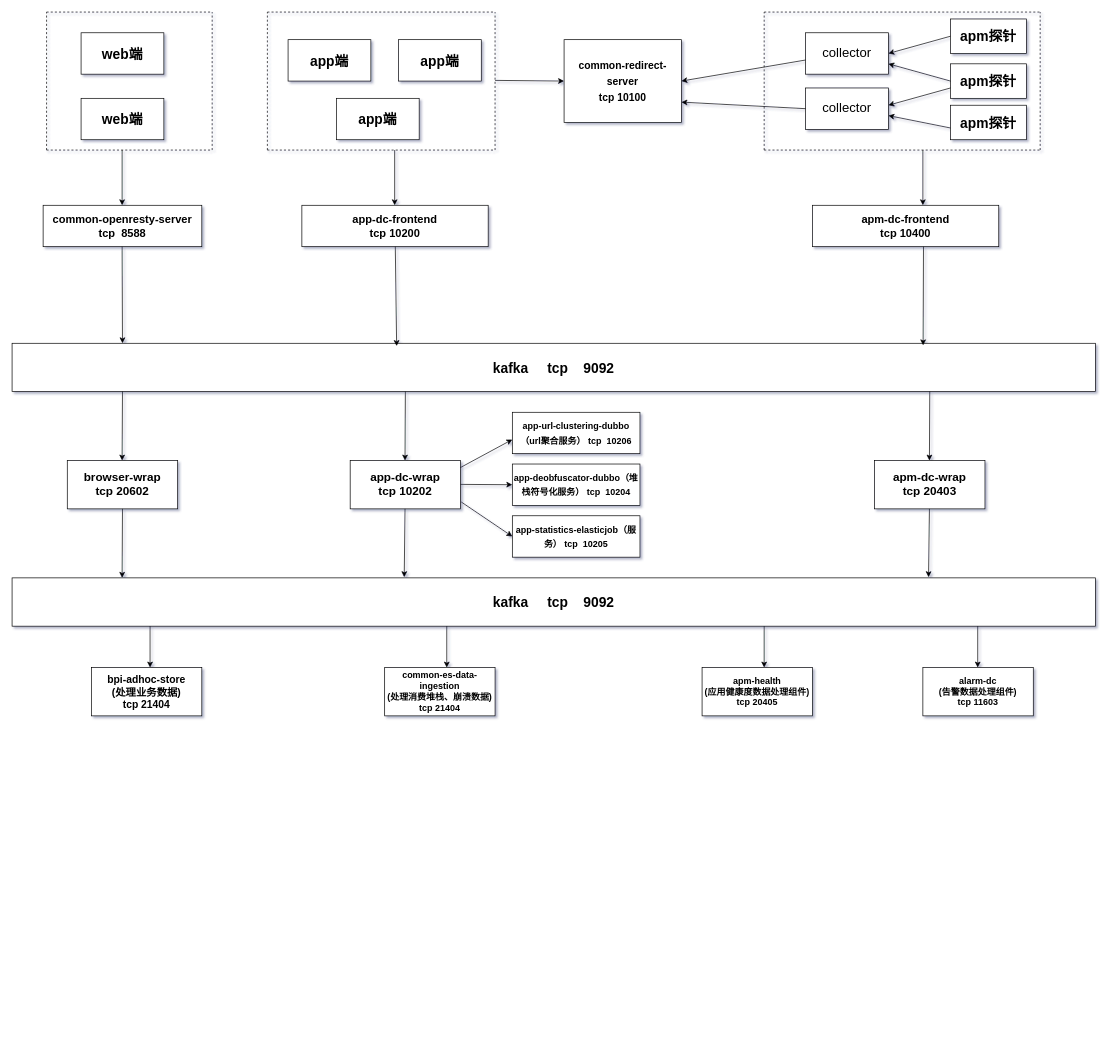
This is 未命名绘图.drawio from zeng0550/free-programming-books, a draw.io file, before an edit. Source tidied: cells renumbered, new cells numbered last; positions are measured from the earlier drawing's top-left corner, leaving out a move shared by most shapes. Both pictures are drawn from the tidied source at 69%, with x=0, y=0 at pixel (12, 12).
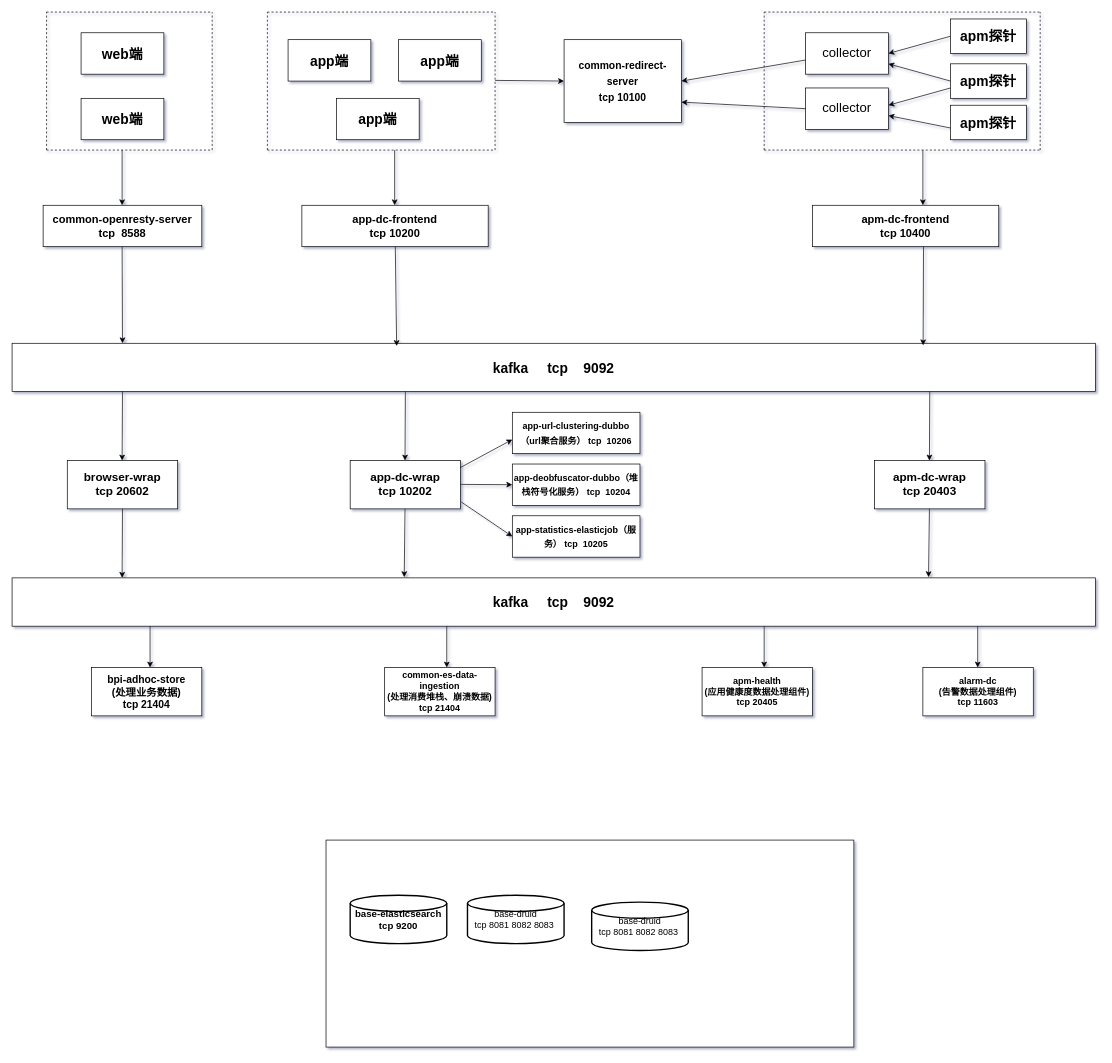
The same diagram, later.

Commit message:
更新未命名绘图.drawio

What changed in the source:
```diff
@@
+    <mxCell id="66" style="rounded=0;whiteSpace=wrap;html=1;fontSize=13;" parent="1" vertex="1">
+      <mxGeometry x="455" y="1200" width="765" height="300" as="geometry" />
+    </mxCell>
+    <mxCell id="67" value="&lt;font style=&quot;font-size: 14px&quot;&gt;&lt;b&gt;base-elasticsearch&lt;br&gt;tcp 9200&lt;/b&gt;&lt;/font&gt;" style="strokeWidth=2;html=1;shape=mxgraph.flowchart.database;whiteSpace=wrap;fontSize=13;" parent="1" vertex="1">
+      <mxGeometry x="490" y="1280" width="140" height="70" as="geometry" />
+    </mxCell>
+    <mxCell id="68" value="base-druid&lt;br&gt;tcp 8081 8082 8083&amp;nbsp;" style="strokeWidth=2;html=1;shape=mxgraph.flowchart.database;whiteSpace=wrap;fontSize=13;" parent="1" vertex="1">
+      <mxGeometry x="660" y="1280" width="140" height="70" as="geometry" />
+    </mxCell>
+    <mxCell id="69" value="base-druid&lt;br&gt;tcp 8081 8082 8083&amp;nbsp;" style="strokeWidth=2;html=1;shape=mxgraph.flowchart.database;whiteSpace=wrap;fontSize=13;" parent="1" vertex="1">
+      <mxGeometry x="840" y="1290" width="140" height="70" as="geometry" />
+    </mxCell>
```
